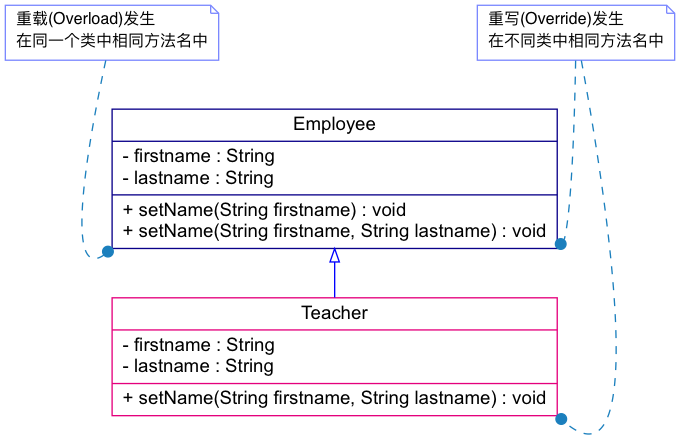
Jeanhwea/jeanhwea.github.io keeps this Graphviz diagram as static/image/2019/07/overload-override.png. Above is the earlier version. Its source is kept beside it as static/image/2019/07/overload-override.dot.
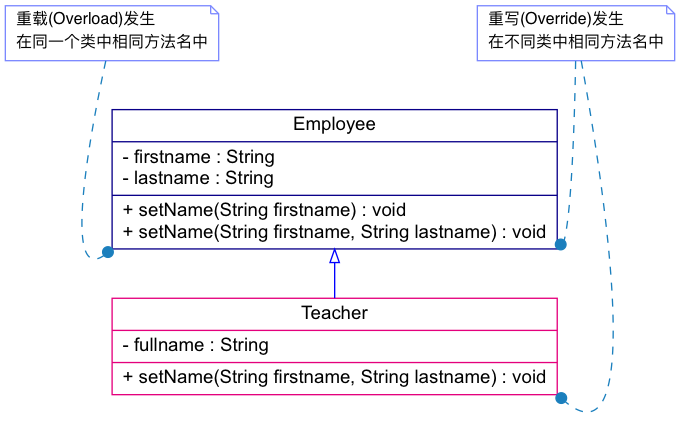
The same diagram one commit later.

What changed in the source:
```diff
@@ -6,7 +6,7 @@
     node [color="#090088"];
     employee [label="{Employee|- firstname : String\l- lastname : String\l|+ setName(String firstname) : void\l+ setName(String firstname, String lastname) : void\l}"];
     node [color="#e4007c"];
-    teacher [label="{Teacher|- firstname : String\l- lastname : String\l|+ setName(String firstname, String lastname) : void\l}"; ];
+    teacher [label="{Teacher|- fullname : String\l|+ setName(String firstname, String lastname) : void\l}"; ];
     edge[fontname="Helvetia"; dir=back; arrowtail=empty; color=blue];
     employee -> teacher;
     style=invis;
```
